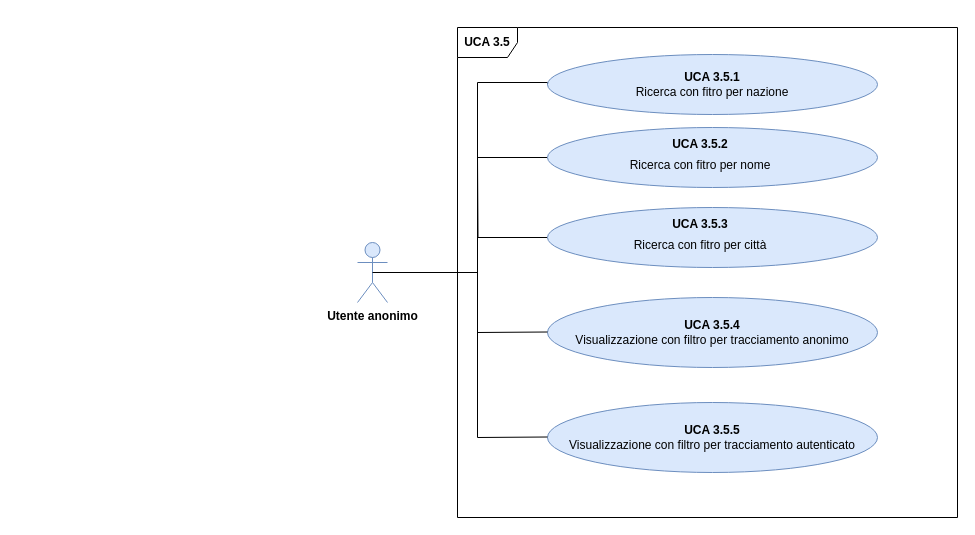
Before: DocumentazioneEsterna/AnalisiDeiRequisiti/Sezioni/UseCase/draw.io/UC APP/UCA3.5.drawio in qb-team/Stalker-Documentazione, a draw.io diagram. Source tidied: cells renumbered, new cells numbered last; positions are measured from the earlier drawing's top-left corner, leaving out a move shared by most shapes. Both pictures are drawn from the tidied source at 100%, with x=0, y=0 at pixel (357, 27).
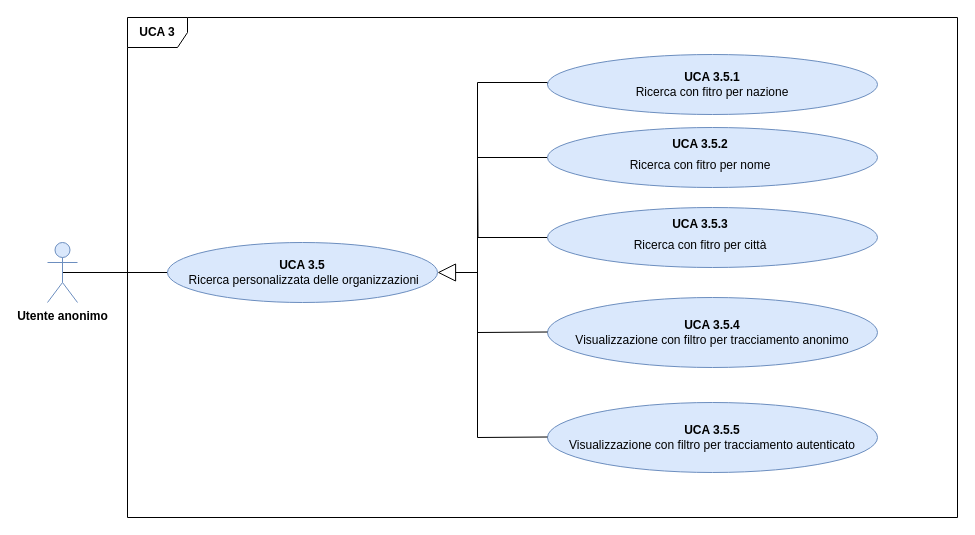
The same page after the edit.

The change refers to these unchanged cells:
```xml
<mxCell id="5" value="&lt;font style=&quot;font-size: 12px&quot;&gt;&lt;b&gt;UCA 3.5.1&lt;/b&gt;&lt;br&gt;Ricerca con fitro per nazione&lt;/font&gt;" style="ellipse;whiteSpace=wrap;html=1;fillColor=#dae8fc;strokeColor=#6c8ebf;fontSize=12;fontFamily=Helvetica;" parent="1" vertex="1">
  <mxGeometry x="190" y="27" width="330" height="60" as="geometry" />
</mxCell>
```

What changed in the source:
```diff
@@
-    <mxCell id="2" value="&lt;b&gt;UCA 3.5&lt;/b&gt;" style="shape=umlFrame;whiteSpace=wrap;html=1;fontSize=12;fontFamily=Helvetica;" parent="1" vertex="1">
-      <mxGeometry x="100" width="500" height="490" as="geometry" />
+    <mxCell id="2" value="&lt;b&gt;UCA 3&lt;/b&gt;" style="shape=umlFrame;whiteSpace=wrap;html=1;fontSize=12;fontFamily=Helvetica;" parent="1" vertex="1">
+      <mxGeometry x="-230" y="-10" width="830" height="500" as="geometry" />
     </mxCell>
+    <mxCell id="15" style="edgeStyle=orthogonalEdgeStyle;rounded=0;jettySize=auto;html=1;exitX=0.5;exitY=0.5;exitDx=0;exitDy=0;exitPerimeter=0;entryX=0;entryY=0.5;entryDx=0;entryDy=0;endArrow=none;endFill=0;endSize=16;" parent="1" edge="1" source="3" target="16">
+      <mxGeometry relative="1" as="geometry" />
+    </mxCell>
     <mxCell id="3" value="&lt;b&gt;Utente anonimo&lt;/b&gt;" style="shape=umlActor;verticalLabelPosition=bottom;labelBackgroundColor=#ffffff;verticalAlign=top;html=1;outlineConnect=0;fillColor=#dae8fc;strokeColor=#6c8ebf;fontSize=12;fontFamily=Helvetica;" parent="1" vertex="1">
-      <mxGeometry y="215" width="30" height="60" as="geometry" />
+      <mxGeometry x="-310" y="215" width="30" height="60" as="geometry" />
     </mxCell>
-    <mxCell id="4" style="edgeStyle=orthogonalEdgeStyle;rounded=0;jettySize=auto;html=1;exitX=0;exitY=0.5;exitDx=0;exitDy=0;entryX=0.5;entryY=0.5;entryDx=0;entryDy=0;entryPerimeter=0;endArrow=none;endFill=0;fontSize=12;fontFamily=Helvetica;" parent="1" edge="1" source="5" target="3">
+    <mxCell id="4" style="edgeStyle=orthogonalEdgeStyle;rounded=0;jettySize=auto;html=1;exitX=0;exitY=0.5;exitDx=0;exitDy=0;endArrow=block;endFill=0;fontSize=12;fontFamily=Helvetica;endSize=16;" parent="1" edge="1" source="5">
       <mxGeometry relative="1" as="geometry">
+        <mxPoint x="80" y="245" as="targetPoint" />
         <Array as="points">
           <mxPoint x="190" y="55" />
           <mxPoint x="120" y="55" />
           <mxPoint x="120" y="245" />
         </Array>
       </mxGeometry>
     </mxCell>
@@
+    <mxCell id="16" value="&lt;font style=&quot;font-size: 12px&quot;&gt;&lt;b&gt;UCA 3.5&lt;/b&gt;&lt;br&gt;&amp;nbsp;Ricerca personalizzata delle organizzazioni&lt;/font&gt;" style="ellipse;whiteSpace=wrap;html=1;fillColor=#dae8fc;strokeColor=#6c8ebf;fontSize=12;fontFamily=Helvetica;" parent="1" vertex="1">
+      <mxGeometry x="-190" y="215" width="270" height="60" as="geometry" />
+    </mxCell>
```
